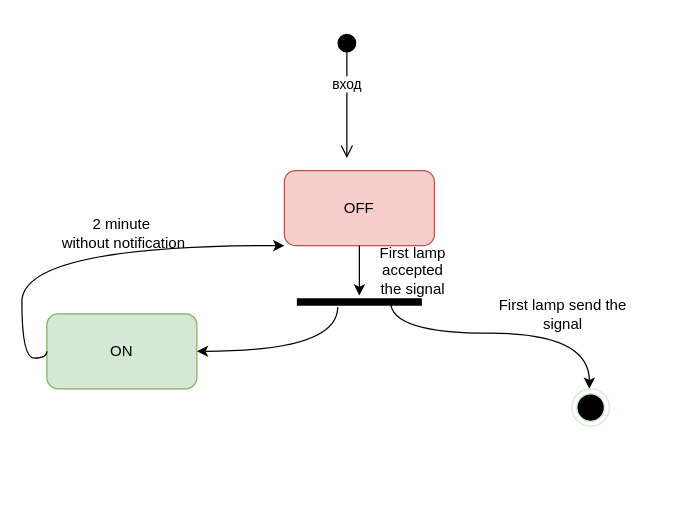
This is page "Page-1" (1 of 2) of condition.drawio from yanelena/diagrams, a draw.io file, before an edit. Source tidied: cells renumbered, new cells numbered last; positions are measured from the earlier drawing's top-left corner, leaving out a move shared by most shapes. Both pictures are drawn from the tidied source at 125%, with x=0, y=0 at pixel (21, 32).
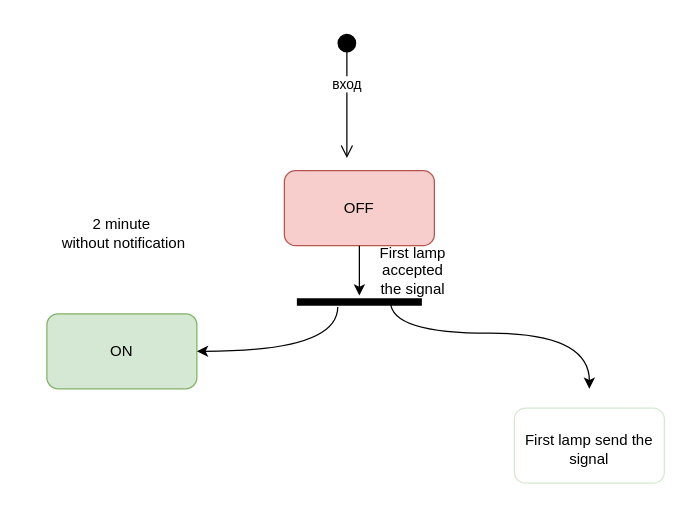
After the change.

The change refers to these unchanged cells:
```xml
<mxCell id="2" style="rounded=1;whiteSpace=wrap;html=1;fillColor=#f8cecc;strokeColor=#b85450;" parent="1" vertex="1">
  <mxGeometry x="210" y="110" width="120" height="60" as="geometry" />
</mxCell>
<mxCell id="4" style="rounded=1;whiteSpace=wrap;html=1;fillColor=#d5e8d4;strokeColor=#82b366;" parent="1" vertex="1">
  <mxGeometry x="20" y="224.5" width="120" height="60" as="geometry" />
</mxCell>
```

The edit, as a diff of the source:
```diff
@@
-    <mxCell id="8" style="endArrow=classic;html=1;exitX=0;exitY=0.5;exitDx=0;exitDy=0;entryX=0;entryY=1;entryDx=0;entryDy=0;edgeStyle=orthogonalEdgeStyle;curved=1;" parent="1" edge="1" source="4" target="2">
-      <mxGeometry relative="1" as="geometry">
-        <Array as="points">
-          <mxPoint x="20" y="260" />
-          <mxPoint y="260" />
-          <mxPoint y="170" />
-        </Array>
-      </mxGeometry>
-    </mxCell>
@@
-    <mxCell id="11" value="First lamp send the signal" style="text;html=1;strokeColor=none;fillColor=none;align=center;verticalAlign=middle;whiteSpace=wrap;rounded=0;" parent="1" vertex="1">
-      <mxGeometry x="380" y="204.5" width="106" height="40" as="geometry" />
-    </mxCell>
@@
-    <mxCell id="15" style="ellipse;html=1;shape=endState;fillColor=#000000;strokeColor=#D5E8D4;" parent="1" vertex="1">
-      <mxGeometry x="440" y="284.5" width="30" height="30" as="geometry" />
-    </mxCell>
+    <mxCell id="16" style="rounded=1;whiteSpace=wrap;html=1;strokeColor=#D5E8D4;" parent="1" vertex="1">
+      <mxGeometry x="394" y="300" width="120" height="60" as="geometry" />
+    </mxCell>
+    <mxCell id="11" value="First lamp send the signal" style="text;html=1;strokeColor=none;fillColor=none;align=center;verticalAlign=bottom;whiteSpace=wrap;rounded=0;" parent="1" vertex="1">
+      <mxGeometry x="401" y="310" width="106" height="40" as="geometry" />
+    </mxCell>
```
